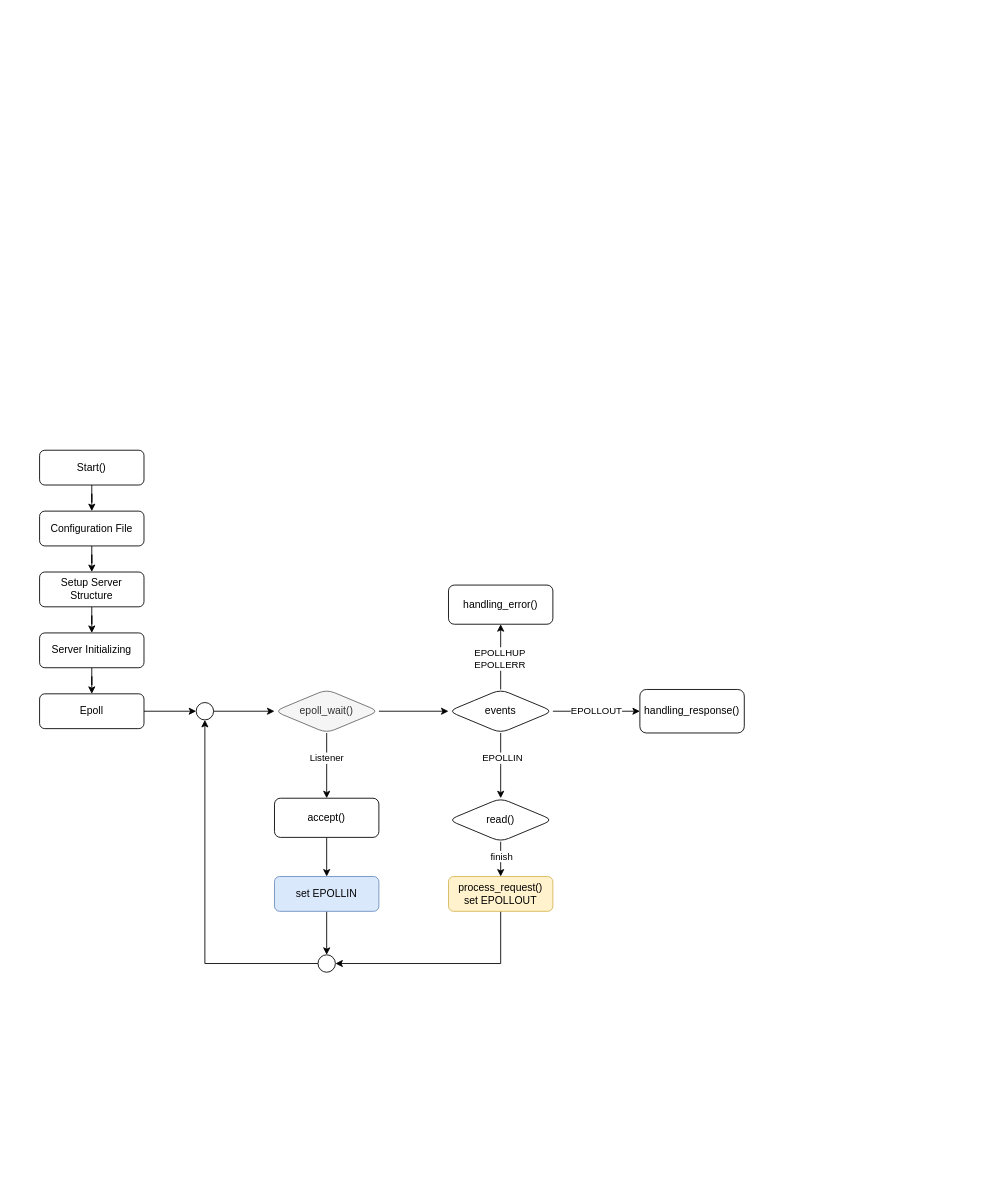
Earlier version of the draw.io diagram Untitled Diagram.drawio (bankung7/42_webserv). Source tidied: cells renumbered, new cells numbered last; positions are measured from the earlier drawing's top-left corner, leaving out a move shared by most shapes. Both pictures are drawn from the tidied source at 87%, with x=0, y=0 at pixel (39, 450).
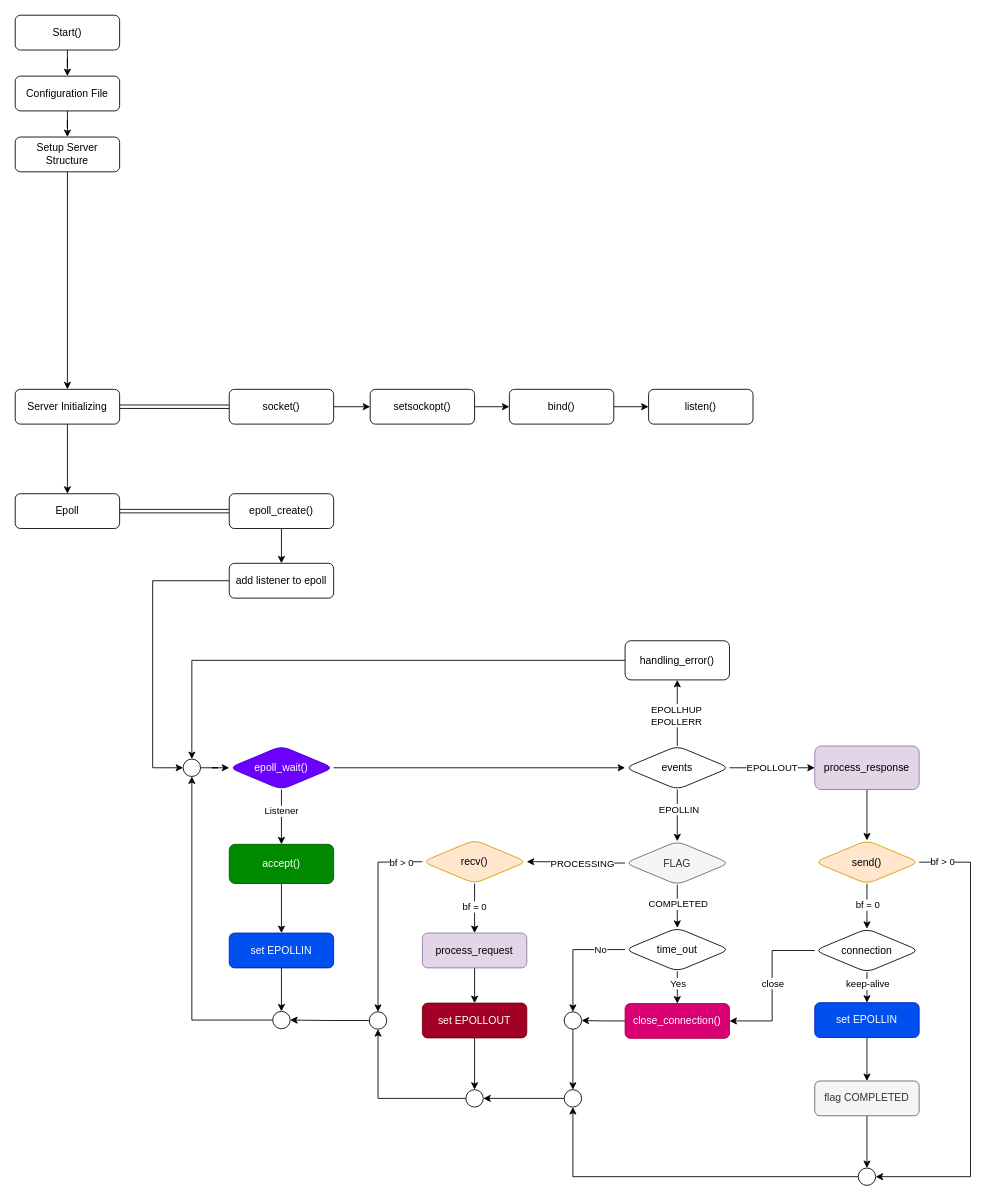
After the change.

Unchanged cells that the change refers to:
```xml
<mxCell id="30" style="edgeStyle=orthogonalEdgeStyle;rounded=0;jettySize=auto;html=1;" parent="1" edge="1" source="32" target="34">
  <mxGeometry relative="1" as="geometry" />
</mxCell>
```

Change to the diagram source:
```diff
@@
     <mxCell id="3" value="Start()" style="rounded=1;whiteSpace=wrap;html=1;fontSize=12;glass=0;strokeWidth=1;shadow=0;" parent="1" vertex="1">
-      <mxGeometry width="120" height="40" as="geometry" />
+      <mxGeometry x="-28" y="-500" width="120" height="40" as="geometry" />
     </mxCell>
@@
     <mxCell id="5" value="Configuration File" style="whiteSpace=wrap;html=1;rounded=1;glass=0;strokeWidth=1;shadow=0;" parent="1" vertex="1">
-      <mxGeometry y="70" width="120" height="40" as="geometry" />
+      <mxGeometry x="-28" y="-430" width="120" height="40" as="geometry" />
     </mxCell>
@@
     <mxCell id="7" value="Setup Server Structure" style="whiteSpace=wrap;html=1;rounded=1;glass=0;strokeWidth=1;shadow=0;" parent="1" vertex="1">
-      <mxGeometry y="140" width="120" height="40" as="geometry" />
+      <mxGeometry x="-28" y="-360" width="120" height="40" as="geometry" />
     </mxCell>
@@
+    <mxCell id="37" style="edgeStyle=orthogonalEdgeStyle;rounded=0;jettySize=auto;html=1;shape=link;" parent="1" edge="1" source="9" target="84">
+      <mxGeometry relative="1" as="geometry" />
+    </mxCell>
     <mxCell id="9" value="Server Initializing" style="whiteSpace=wrap;html=1;rounded=1;glass=0;strokeWidth=1;shadow=0;" parent="1" vertex="1">
-      <mxGeometry y="210" width="120" height="40" as="geometry" />
+      <mxGeometry x="-28" y="-70" width="120" height="40" as="geometry" />
     </mxCell>
-    <mxCell id="10" style="edgeStyle=orthogonalEdgeStyle;rounded=0;jettySize=auto;html=1;" parent="1" edge="1" source="11" target="36">
-      <mxGeometry relative="1" as="geometry" />
-    </mxCell>
+    <mxCell id="38" style="edgeStyle=orthogonalEdgeStyle;rounded=0;jettySize=auto;html=1;shape=link;" parent="1" edge="1" source="11" target="91">
+      <mxGeometry relative="1" as="geometry" />
+    </mxCell>
     <mxCell id="11" value="Epoll" style="whiteSpace=wrap;html=1;rounded=1;glass=0;strokeWidth=1;shadow=0;" parent="1" vertex="1">
-      <mxGeometry y="280" width="120" height="40" as="geometry" />
+      <mxGeometry x="-28" y="50" width="120" height="40" as="geometry" />
     </mxCell>
@@
-    <mxCell id="15" value="epoll_wait()" style="rhombus;whiteSpace=wrap;html=1;rounded=1;glass=0;strokeWidth=1;shadow=0;fillColor=#f5f5f5;fontColor=#333333;strokeColor=#666666;" parent="1" vertex="1">
-      <mxGeometry x="270" y="275" width="120" height="50" as="geometry" />
+    <mxCell id="15" value="epoll_wait()" style="rhombus;whiteSpace=wrap;html=1;rounded=1;glass=0;strokeWidth=1;shadow=0;fillColor=#6a00ff;fontColor=#ffffff;strokeColor=#3700CC;" parent="1" vertex="1">
+      <mxGeometry x="218" y="340" width="120" height="50" as="geometry" />
     </mxCell>
@@
-    <mxCell id="17" value="accept()" style="whiteSpace=wrap;html=1;rounded=1;glass=0;strokeWidth=1;shadow=0;" parent="1" vertex="1">
-      <mxGeometry x="270" y="400" width="120" height="45" as="geometry" />
+    <mxCell id="17" value="accept()" style="whiteSpace=wrap;html=1;rounded=1;glass=0;strokeWidth=1;shadow=0;fillColor=#008a00;strokeColor=#005700;fontColor=#ffffff;" parent="1" vertex="1">
+      <mxGeometry x="218" y="453" width="120" height="45" as="geometry" />
     </mxCell>
-    <mxCell id="18" style="edgeStyle=orthogonalEdgeStyle;rounded=0;jettySize=auto;html=1;" parent="1" edge="1" source="23">
-      <mxGeometry relative="1" as="geometry">
-        <mxPoint x="530" y="400" as="targetPoint" />
-      </mxGeometry>
+    <mxCell id="18" style="edgeStyle=orthogonalEdgeStyle;rounded=0;jettySize=auto;html=1;entryX=0.5;entryY=0;entryDx=0;entryDy=0;" parent="1" edge="1" source="23" target="63">
+      <mxGeometry relative="1" as="geometry" />
     </mxCell>
@@
     <mxCell id="23" value="events" style="rhombus;whiteSpace=wrap;html=1;rounded=1;glass=0;strokeWidth=1;shadow=0;" parent="1" vertex="1">
-      <mxGeometry x="470" y="275" width="120" height="50" as="geometry" />
+      <mxGeometry x="673" y="340" width="120" height="50" as="geometry" />
     </mxCell>
+    <mxCell id="39" style="edgeStyle=orthogonalEdgeStyle;rounded=0;jettySize=auto;html=1;" parent="1" edge="1" source="24" target="49">
+      <mxGeometry relative="1" as="geometry" />
+    </mxCell>
-    <mxCell id="24" value="handling_response()" style="whiteSpace=wrap;html=1;rounded=1;glass=0;strokeWidth=1;shadow=0;" parent="1" vertex="1">
-      <mxGeometry x="690" y="275" width="120" height="50" as="geometry" />
+    <mxCell id="24" value="process_response" style="whiteSpace=wrap;html=1;rounded=1;glass=0;strokeWidth=1;shadow=0;fillColor=#e1d5e7;strokeColor=#9673a6;" parent="1" vertex="1">
+      <mxGeometry x="891" y="340" width="120" height="50" as="geometry" />
     </mxCell>
+    <mxCell id="40" style="edgeStyle=orthogonalEdgeStyle;rounded=0;jettySize=auto;html=1;entryX=0.5;entryY=0;entryDx=0;entryDy=0;" parent="1" edge="1" source="25" target="36">
+      <mxGeometry relative="1" as="geometry" />
+    </mxCell>
     <mxCell id="25" value="handling_error()" style="whiteSpace=wrap;html=1;rounded=1;glass=0;strokeWidth=1;shadow=0;" parent="1" vertex="1">
-      <mxGeometry x="470" y="155" width="120" height="45" as="geometry" />
+      <mxGeometry x="673" y="219" width="120" height="45" as="geometry" />
     </mxCell>
@@
-    <mxCell id="27" value="set EPOLLIN" style="whiteSpace=wrap;html=1;rounded=1;glass=0;strokeWidth=1;shadow=0;fillColor=#dae8fc;strokeColor=#6c8ebf;" parent="1" vertex="1">
-      <mxGeometry x="270" y="490" width="120" height="40" as="geometry" />
+    <mxCell id="27" value="set EPOLLIN" style="whiteSpace=wrap;html=1;rounded=1;glass=0;strokeWidth=1;shadow=0;fillColor=#0050ef;strokeColor=#001DBC;fontColor=#ffffff;" parent="1" vertex="1">
+      <mxGeometry x="218" y="555" width="120" height="40" as="geometry" />
     </mxCell>
@@
     <mxCell id="29" style="ellipse;whiteSpace=wrap;html=1;rounded=1;glass=0;strokeWidth=1;shadow=0;" parent="1" vertex="1">
-      <mxGeometry x="320" y="580" width="20" height="20" as="geometry" />
+      <mxGeometry x="268" y="645" width="20" height="20" as="geometry" />
     </mxCell>
@@
-    <mxCell id="31" value="finish" style="edgeLabel;html=1;align=center;verticalAlign=middle;" parent="30" vertex="1">
-      <mxGeometry x="-0.09" relative="1" as="geometry">
-        <mxPoint y="-2" as="offset" />
-      </mxGeometry>
-    </mxCell>
+    <mxCell id="41" value="bf = 0" style="edgeLabel;html=1;align=center;verticalAlign=middle;" parent="30" vertex="1">
+      <mxGeometry x="0.21" y="-1" relative="1" as="geometry">
+        <mxPoint y="-8" as="offset" />
+      </mxGeometry>
+    </mxCell>
+    <mxCell id="42" style="edgeStyle=orthogonalEdgeStyle;rounded=0;jettySize=auto;html=1;entryX=0.5;entryY=0;entryDx=0;entryDy=0;" parent="1" edge="1" target="68">
+      <mxGeometry relative="1" as="geometry">
+        <mxPoint x="440" y="473" as="sourcePoint" />
+      </mxGeometry>
+    </mxCell>
+    <mxCell id="43" value="bf &amp;gt; 0" style="edgeLabel;html=1;align=center;verticalAlign=middle;" parent="42" vertex="1">
+      <mxGeometry x="-0.52" y="-1" relative="1" as="geometry">
+        <mxPoint x="27" y="-3" as="offset" />
+      </mxGeometry>
+    </mxCell>
-    <mxCell id="32" value="read()" style="rhombus;whiteSpace=wrap;html=1;rounded=1;glass=0;strokeWidth=1;shadow=0;" parent="1" vertex="1">
-      <mxGeometry x="470" y="400" width="120" height="50" as="geometry" />
+    <mxCell id="32" value="recv()" style="rhombus;whiteSpace=wrap;html=1;rounded=1;glass=0;strokeWidth=1;shadow=0;fillColor=#ffe6cc;strokeColor=#d79b00;" parent="1" vertex="1">
+      <mxGeometry x="440" y="448" width="120" height="50" as="geometry" />
     </mxCell>
-    <mxCell id="33" style="edgeStyle=orthogonalEdgeStyle;rounded=0;jettySize=auto;html=1;entryX=1;entryY=0.5;entryDx=0;entryDy=0;" parent="1" edge="1" source="34" target="29">
-      <mxGeometry relative="1" as="geometry">
-        <Array as="points">
-          <mxPoint x="530" y="590" />
-        </Array>
-      </mxGeometry>
-    </mxCell>
+    <mxCell id="44" style="edgeStyle=orthogonalEdgeStyle;rounded=0;jettySize=auto;html=1;" parent="1" edge="1" source="34" target="78">
+      <mxGeometry relative="1" as="geometry" />
+    </mxCell>
-    <mxCell id="34" value="process_request()&lt;br&gt;set EPOLLOUT" style="whiteSpace=wrap;html=1;rounded=1;glass=0;strokeWidth=1;shadow=0;fillColor=#fff2cc;strokeColor=#d6b656;" parent="1" vertex="1">
-      <mxGeometry x="470" y="490" width="120" height="40" as="geometry" />
+    <mxCell id="34" value="process_request" style="whiteSpace=wrap;html=1;rounded=1;glass=0;strokeWidth=1;shadow=0;fillColor=#e1d5e7;strokeColor=#9673a6;" parent="1" vertex="1">
+      <mxGeometry x="440" y="555" width="120" height="40" as="geometry" />
     </mxCell>
@@
     <mxCell id="36" style="ellipse;whiteSpace=wrap;html=1;rounded=1;glass=0;strokeWidth=1;shadow=0;" parent="1" vertex="1">
-      <mxGeometry x="180" y="290" width="20" height="20" as="geometry" />
+      <mxGeometry x="165" y="355" width="20" height="20" as="geometry" />
     </mxCell>
+    <mxCell id="45" style="edgeStyle=orthogonalEdgeStyle;rounded=0;jettySize=auto;html=1;" parent="1" edge="1" source="49" target="54">
+      <mxGeometry relative="1" as="geometry" />
+    </mxCell>
+    <mxCell id="46" value="bf = 0" style="edgeLabel;html=1;align=center;verticalAlign=middle;" parent="45" vertex="1">
+      <mxGeometry x="-0.05" y="1" relative="1" as="geometry">
+        <mxPoint x="-1" as="offset" />
+      </mxGeometry>
+    </mxCell>
+    <mxCell id="47" style="edgeStyle=orthogonalEdgeStyle;rounded=0;jettySize=auto;html=1;entryX=1;entryY=0.5;entryDx=0;entryDy=0;" parent="1" edge="1" source="49" target="76">
+      <mxGeometry relative="1" as="geometry">
+        <Array as="points">
+          <mxPoint x="1070" y="474" />
+          <mxPoint x="1070" y="835" />
+        </Array>
+      </mxGeometry>
+    </mxCell>
+    <mxCell id="48" value="bf &amp;gt; 0" style="edgeLabel;html=1;align=center;verticalAlign=middle;" parent="47" vertex="1">
+      <mxGeometry x="-0.78" y="2" relative="1" as="geometry">
+        <mxPoint x="-32" y="1" as="offset" />
+      </mxGeometry>
+    </mxCell>
+    <mxCell id="49" value="send()" style="rhombus;whiteSpace=wrap;html=1;rounded=1;glass=0;strokeWidth=1;shadow=0;fillColor=#ffe6cc;strokeColor=#d79b00;" parent="1" vertex="1">
+      <mxGeometry x="891" y="448.5" width="120" height="50" as="geometry" />
+    </mxCell>
+    <mxCell id="50" style="edgeStyle=orthogonalEdgeStyle;rounded=0;jettySize=auto;html=1;" parent="1" edge="1" source="54" target="58">
+      <mxGeometry relative="1" as="geometry" />
+    </mxCell>
+    <mxCell id="51" value="keep-alive" style="edgeLabel;html=1;align=center;verticalAlign=middle;" parent="50" vertex="1">
+      <mxGeometry x="-0.45" y="1" relative="1" as="geometry">
+        <mxPoint x="-1" y="1" as="offset" />
+      </mxGeometry>
+    </mxCell>
+    <mxCell id="52" style="edgeStyle=orthogonalEdgeStyle;rounded=0;jettySize=auto;html=1;entryX=1;entryY=0.5;entryDx=0;entryDy=0;" parent="1" edge="1" source="54" target="56">
+      <mxGeometry relative="1" as="geometry" />
+    </mxCell>
+    <mxCell id="53" value="close" style="edgeLabel;html=1;align=center;verticalAlign=middle;" parent="52" vertex="1">
+      <mxGeometry x="-0.62" relative="1" as="geometry">
+        <mxPoint x="-15" y="37" as="offset" />
+      </mxGeometry>
+    </mxCell>
+    <mxCell id="54" value="connection" style="rhombus;whiteSpace=wrap;html=1;rounded=1;glass=0;strokeWidth=1;shadow=0;" parent="1" vertex="1">
+      <mxGeometry x="891" y="550" width="120" height="50" as="geometry" />
+    </mxCell>
+    <mxCell id="55" style="edgeStyle=orthogonalEdgeStyle;rounded=0;jettySize=auto;html=1;" parent="1" edge="1" source="56" target="80">
+      <mxGeometry relative="1" as="geometry" />
+    </mxCell>
+    <mxCell id="56" value="close_connection()" style="whiteSpace=wrap;html=1;rounded=1;glass=0;strokeWidth=1;shadow=0;fillColor=#d80073;fontColor=#ffffff;strokeColor=#A50040;" parent="1" vertex="1">
+      <mxGeometry x="673" y="636" width="120" height="40" as="geometry" />
+    </mxCell>
+    <mxCell id="57" style="edgeStyle=orthogonalEdgeStyle;rounded=0;jettySize=auto;html=1;" parent="1" edge="1" source="58" target="82">
+      <mxGeometry relative="1" as="geometry" />
+    </mxCell>
+    <mxCell id="58" value="set EPOLLIN" style="whiteSpace=wrap;html=1;rounded=1;glass=0;strokeWidth=1;shadow=0;fillColor=#0050ef;strokeColor=#001DBC;fontColor=#ffffff;" parent="1" vertex="1">
+      <mxGeometry x="891" y="635" width="120" height="40" as="geometry" />
+    </mxCell>
+    <mxCell id="59" style="edgeStyle=orthogonalEdgeStyle;rounded=0;jettySize=auto;html=1;" parent="1" edge="1" source="63" target="66">
+      <mxGeometry relative="1" as="geometry" />
+    </mxCell>
+    <mxCell id="60" value="COMPLETED" style="edgeLabel;html=1;align=center;verticalAlign=middle;" parent="59" vertex="1">
+      <mxGeometry x="0.12" y="1" relative="1" as="geometry">
+        <mxPoint x="-1" y="-6" as="offset" />
+      </mxGeometry>
+    </mxCell>
+    <mxCell id="61" style="edgeStyle=orthogonalEdgeStyle;rounded=0;jettySize=auto;html=1;" parent="1" edge="1" source="63" target="32">
+      <mxGeometry relative="1" as="geometry" />
+    </mxCell>
+    <mxCell id="62" value="PROCESSING" style="edgeLabel;html=1;align=center;verticalAlign=middle;" parent="61" vertex="1">
+      <mxGeometry x="-0.12" y="1" relative="1" as="geometry">
+        <mxPoint y="-1" as="offset" />
+      </mxGeometry>
+    </mxCell>
+    <mxCell id="63" value="FLAG" style="rhombus;whiteSpace=wrap;html=1;rounded=1;glass=0;strokeWidth=1;shadow=0;fillColor=#f5f5f5;strokeColor=#666666;fontColor=#333333;" parent="1" vertex="1">
+      <mxGeometry x="673" y="449.5" width="120" height="50" as="geometry" />
+    </mxCell>
+    <mxCell id="64" style="edgeStyle=orthogonalEdgeStyle;rounded=0;jettySize=auto;html=1;entryX=0.5;entryY=0;entryDx=0;entryDy=0;" parent="1" edge="1" source="66" target="80">
+      <mxGeometry relative="1" as="geometry" />
+    </mxCell>
+    <mxCell id="65" value="No" style="edgeLabel;html=1;align=center;verticalAlign=middle;" parent="64" vertex="1">
+      <mxGeometry x="-0.4" relative="1" as="geometry">
+        <mxPoint x="10" y="-1" as="offset" />
+      </mxGeometry>
+    </mxCell>
+    <mxCell id="66" value="time_out" style="rhombus;whiteSpace=wrap;html=1;rounded=1;glass=0;strokeWidth=1;shadow=0;" parent="1" vertex="1">
+      <mxGeometry x="673" y="549" width="120" height="50" as="geometry" />
+    </mxCell>
+    <mxCell id="67" style="edgeStyle=orthogonalEdgeStyle;rounded=0;jettySize=auto;html=1;" parent="1" edge="1" source="68" target="29">
+      <mxGeometry relative="1" as="geometry" />
+    </mxCell>
+    <mxCell id="68" style="ellipse;whiteSpace=wrap;html=1;rounded=1;glass=0;strokeWidth=1;shadow=0;" parent="1" vertex="1">
+      <mxGeometry x="379" y="645.5" width="20" height="20" as="geometry" />
+    </mxCell>
+    <mxCell id="69" style="edgeStyle=orthogonalEdgeStyle;rounded=0;jettySize=auto;html=1;" parent="1" edge="1" source="70" target="68">
+      <mxGeometry relative="1" as="geometry" />
+    </mxCell>
+    <mxCell id="70" style="ellipse;whiteSpace=wrap;html=1;rounded=1;glass=0;strokeWidth=1;shadow=0;" parent="1" vertex="1">
+      <mxGeometry x="490" y="735" width="20" height="20" as="geometry" />
+    </mxCell>
+    <mxCell id="71" style="edgeStyle=orthogonalEdgeStyle;rounded=0;jettySize=auto;html=1;" parent="1" edge="1" source="72" target="70">
+      <mxGeometry relative="1" as="geometry" />
+    </mxCell>
+    <mxCell id="72" style="ellipse;whiteSpace=wrap;html=1;rounded=1;glass=0;strokeWidth=1;shadow=0;" parent="1" vertex="1">
+      <mxGeometry x="603" y="735" width="20" height="20" as="geometry" />
+    </mxCell>
+    <mxCell id="73" style="edgeStyle=orthogonalEdgeStyle;rounded=0;jettySize=auto;html=1;entryX=0.5;entryY=0;entryDx=0;entryDy=0;" parent="1" edge="1" source="66" target="56">
+      <mxGeometry relative="1" as="geometry" />
+    </mxCell>
+    <mxCell id="74" value="Yes" style="edgeLabel;html=1;align=center;verticalAlign=middle;" parent="73" vertex="1">
+      <mxGeometry x="-0.5" y="2" relative="1" as="geometry">
+        <mxPoint x="-2" y="2" as="offset" />
+      </mxGeometry>
+    </mxCell>
+    <mxCell id="75" style="edgeStyle=orthogonalEdgeStyle;rounded=0;jettySize=auto;html=1;entryX=0.5;entryY=1;entryDx=0;entryDy=0;" parent="1" edge="1" source="76" target="72">
+      <mxGeometry relative="1" as="geometry" />
+    </mxCell>
+    <mxCell id="76" style="ellipse;whiteSpace=wrap;html=1;rounded=1;glass=0;strokeWidth=1;shadow=0;" parent="1" vertex="1">
+      <mxGeometry x="941" y="825" width="20" height="20" as="geometry" />
+    </mxCell>
+    <mxCell id="77" style="edgeStyle=orthogonalEdgeStyle;rounded=0;jettySize=auto;html=1;" parent="1" edge="1" source="78" target="70">
+      <mxGeometry relative="1" as="geometry" />
+    </mxCell>
+    <mxCell id="78" value="set EPOLLOUT" style="whiteSpace=wrap;html=1;rounded=1;glass=0;strokeWidth=1;shadow=0;fillColor=#a20025;strokeColor=#6F0000;fontColor=#ffffff;" parent="1" vertex="1">
+      <mxGeometry x="440" y="635.5" width="120" height="40" as="geometry" />
+    </mxCell>
+    <mxCell id="79" style="edgeStyle=orthogonalEdgeStyle;rounded=0;jettySize=auto;html=1;" parent="1" edge="1" source="80" target="72">
+      <mxGeometry relative="1" as="geometry" />
+    </mxCell>
+    <mxCell id="80" style="ellipse;whiteSpace=wrap;html=1;rounded=1;glass=0;strokeWidth=1;shadow=0;" parent="1" vertex="1">
+      <mxGeometry x="603" y="645.5" width="20" height="20" as="geometry" />
+    </mxCell>
+    <mxCell id="81" style="edgeStyle=orthogonalEdgeStyle;rounded=0;jettySize=auto;html=1;" parent="1" edge="1" source="82" target="76">
+      <mxGeometry relative="1" as="geometry" />
+    </mxCell>
+    <mxCell id="82" value="flag COMPLETED" style="whiteSpace=wrap;html=1;rounded=1;glass=0;strokeWidth=1;shadow=0;fillColor=#f5f5f5;strokeColor=#666666;fontColor=#333333;" parent="1" vertex="1">
+      <mxGeometry x="891" y="725" width="120" height="40" as="geometry" />
+    </mxCell>
+    <mxCell id="83" style="edgeStyle=orthogonalEdgeStyle;rounded=0;jettySize=auto;html=1;" parent="1" edge="1" source="84" target="86">
+      <mxGeometry relative="1" as="geometry" />
+    </mxCell>
+    <mxCell id="84" value="socket()" style="whiteSpace=wrap;html=1;rounded=1;glass=0;strokeWidth=1;shadow=0;" parent="1" vertex="1">
+      <mxGeometry x="218" y="-70" width="120" height="40" as="geometry" />
+    </mxCell>
+    <mxCell id="85" style="edgeStyle=orthogonalEdgeStyle;rounded=0;jettySize=auto;html=1;" parent="1" edge="1" source="86" target="88">
+      <mxGeometry relative="1" as="geometry" />
+    </mxCell>
+    <mxCell id="86" value="setsockopt()" style="whiteSpace=wrap;html=1;rounded=1;glass=0;strokeWidth=1;shadow=0;" parent="1" vertex="1">
+      <mxGeometry x="380" y="-70" width="120" height="40" as="geometry" />
+    </mxCell>
+    <mxCell id="87" style="edgeStyle=orthogonalEdgeStyle;rounded=0;jettySize=auto;html=1;" parent="1" edge="1" source="88" target="89">
+      <mxGeometry relative="1" as="geometry" />
+    </mxCell>
+    <mxCell id="88" value="bind()" style="whiteSpace=wrap;html=1;rounded=1;glass=0;strokeWidth=1;shadow=0;" parent="1" vertex="1">
+      <mxGeometry x="540" y="-70" width="120" height="40" as="geometry" />
+    </mxCell>
+    <mxCell id="89" value="listen()" style="whiteSpace=wrap;html=1;rounded=1;glass=0;strokeWidth=1;shadow=0;" parent="1" vertex="1">
+      <mxGeometry x="700" y="-70" width="120" height="40" as="geometry" />
+    </mxCell>
+    <mxCell id="90" style="edgeStyle=orthogonalEdgeStyle;rounded=0;jettySize=auto;html=1;" parent="1" edge="1" source="91" target="93">
+      <mxGeometry relative="1" as="geometry" />
+    </mxCell>
+    <mxCell id="91" value="epoll_create()" style="whiteSpace=wrap;html=1;rounded=1;glass=0;strokeWidth=1;shadow=0;" parent="1" vertex="1">
+      <mxGeometry x="218" y="50" width="120" height="40" as="geometry" />
+    </mxCell>
+    <mxCell id="92" style="edgeStyle=orthogonalEdgeStyle;rounded=0;jettySize=auto;html=1;entryX=0;entryY=0.5;entryDx=0;entryDy=0;" parent="1" edge="1" source="93" target="36">
+      <mxGeometry relative="1" as="geometry">
+        <Array as="points">
+          <mxPoint x="130" y="150" />
+          <mxPoint x="130" y="365" />
+        </Array>
+      </mxGeometry>
+    </mxCell>
+    <mxCell id="93" value="add listener to epoll" style="whiteSpace=wrap;html=1;rounded=1;glass=0;strokeWidth=1;shadow=0;" parent="1" vertex="1">
+      <mxGeometry x="218" y="130" width="120" height="40" as="geometry" />
+    </mxCell>
```
